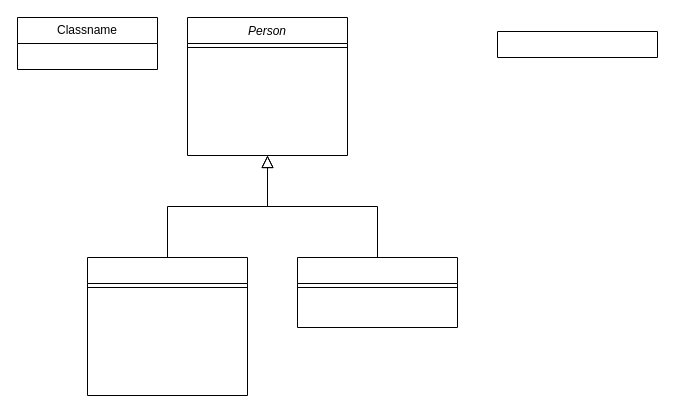
This is JoYa.drawio from JawherBenjeddou/Joya_Diagram, a draw.io file, before an edit. Source tidied: cells renumbered, new cells numbered last; positions are measured from the earlier drawing's top-left corner, leaving out a move shared by most shapes. Both pictures are drawn from the tidied source at 100%, with x=0, y=0 at pixel (17, 17).
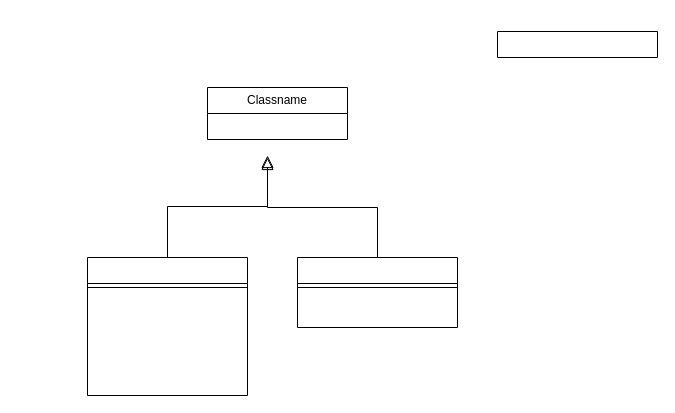
Above is the later version.

Diff of the diagram source:
```diff
@@
 <mxGraphModel>
   <root>
     <mxCell id="0" />
     <mxCell id="1" parent="0" />
-    <mxCell id="2" value="Person" style="swimlane;fontStyle=2;align=center;verticalAlign=top;horizontal=1;startSize=26;rounded=0;shadow=0;strokeWidth=1;" parent="1" vertex="1">
-      <mxGeometry x="170" width="160" height="138" as="geometry" />
-    </mxCell>
-    <mxCell id="3" style="line;html=1;strokeWidth=1;align=left;verticalAlign=middle;spacingTop=-1;spacingLeft=3;spacingRight=3;labelPosition=right;" parent="2" vertex="1">
-      <mxGeometry y="26" width="160" height="8" as="geometry" />
-    </mxCell>
     <mxCell id="4" style="swimlane;fontStyle=0;align=center;verticalAlign=top;horizontal=1;startSize=26;rounded=0;shadow=0;strokeWidth=1;" parent="1" vertex="1">
       <mxGeometry x="70" y="240" width="160" height="138" as="geometry" />
     </mxCell>
     <mxCell id="5" style="line;html=1;strokeWidth=1;align=left;verticalAlign=middle;spacingTop=-1;spacingLeft=3;spacingRight=3;labelPosition=right;" parent="4" vertex="1">
       <mxGeometry y="26" width="160" height="8" as="geometry" />
     </mxCell>
-    <mxCell id="6" style="endArrow=block;endSize=10;endFill=0;shadow=0;strokeWidth=1;rounded=0;curved=0;edgeStyle=elbowEdgeStyle;elbow=vertical;" parent="1" edge="1" source="4" target="2">
-      <mxGeometry relative="1" as="geometry" />
+    <mxCell id="6" style="endArrow=block;endSize=10;endFill=0;shadow=0;strokeWidth=1;rounded=0;curved=0;edgeStyle=elbowEdgeStyle;elbow=vertical;" parent="1" edge="1" source="4">
+      <mxGeometry relative="1" as="geometry">
+        <mxPoint x="250" y="138" as="targetPoint" />
+      </mxGeometry>
     </mxCell>
+    <mxCell id="12" style="edgeStyle=elbowEdgeStyle;rounded=0;jettySize=auto;html=1;endArrow=block;endFill=0;elbow=vertical;endSize=10;" parent="1" edge="1" source="7">
+      <mxGeometry relative="1" as="geometry">
+        <mxPoint x="250" y="140" as="targetPoint" />
+      </mxGeometry>
+    </mxCell>
     <mxCell id="7" style="swimlane;fontStyle=0;align=center;verticalAlign=top;horizontal=1;startSize=26;rounded=0;shadow=0;strokeWidth=1;" parent="1" vertex="1">
       <mxGeometry x="280" y="240" width="160" height="70" as="geometry" />
     </mxCell>
     <mxCell id="8" style="line;html=1;strokeWidth=1;align=left;verticalAlign=middle;spacingTop=-1;spacingLeft=3;spacingRight=3;labelPosition=right;" parent="7" vertex="1">
       <mxGeometry y="26" width="160" height="8" as="geometry" />
     </mxCell>
-    <mxCell id="9" style="endArrow=block;endSize=10;endFill=0;shadow=0;strokeWidth=1;rounded=0;curved=0;edgeStyle=elbowEdgeStyle;elbow=vertical;" parent="1" edge="1" source="7" target="2">
-      <mxGeometry relative="1" as="geometry" />
-    </mxCell>
     <mxCell id="10" style="swimlane;fontStyle=0;align=center;verticalAlign=top;horizontal=1;startSize=26;rounded=0;shadow=0;strokeWidth=1;" parent="1" vertex="1" collapsed="1">
       <mxGeometry x="480" y="14" width="160" height="26" as="geometry" />
     </mxCell>
     <mxCell id="11" value="Classname" style="swimlane;fontStyle=0;horizontal=1;startSize=26;fillColor=none;whiteSpace=wrap;html=1;" parent="1" vertex="1">
-      <mxGeometry width="140" height="52" as="geometry" />
+      <mxGeometry x="190" y="70" width="140" height="52" as="geometry" />
     </mxCell>
   </root>
 </mxGraphModel>
```
